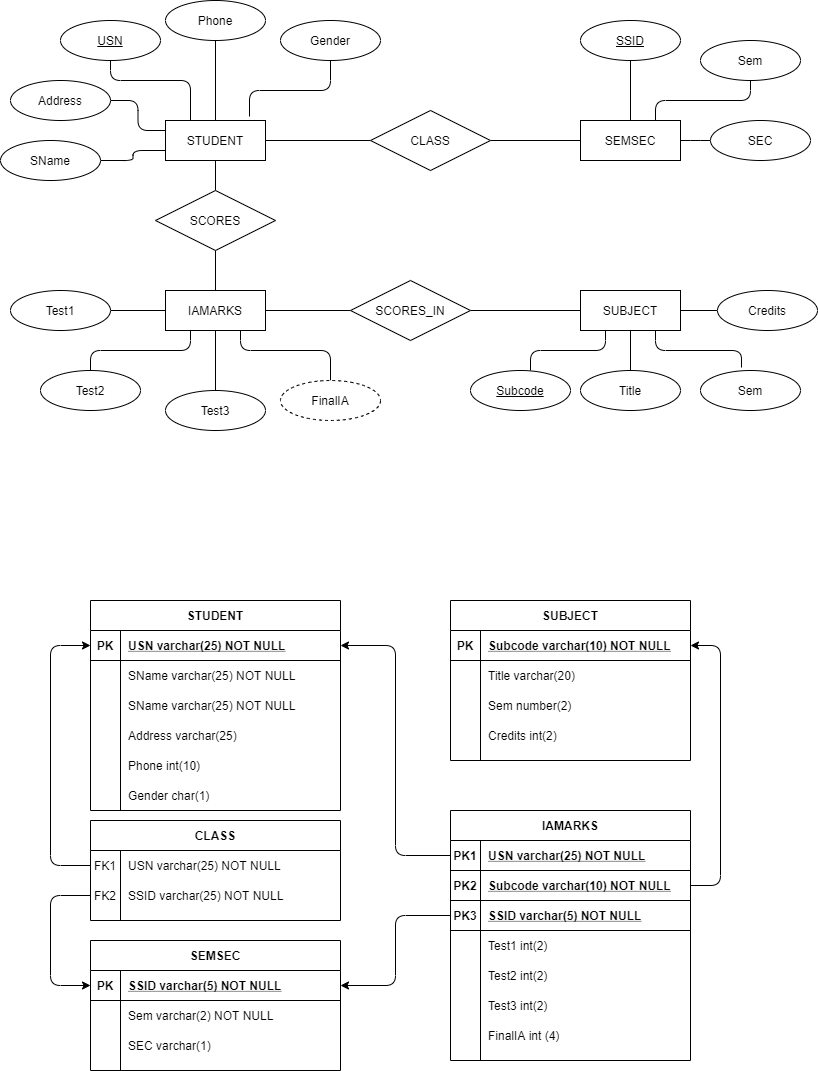
Before: CollageDatabase.png, a diagram exported from draw.io (akshit4/ER-Diagram). Source tidied: cells renumbered, new cells last; positions are measured from the earlier drawing's top-left corner, leaving out a move shared by most shapes.
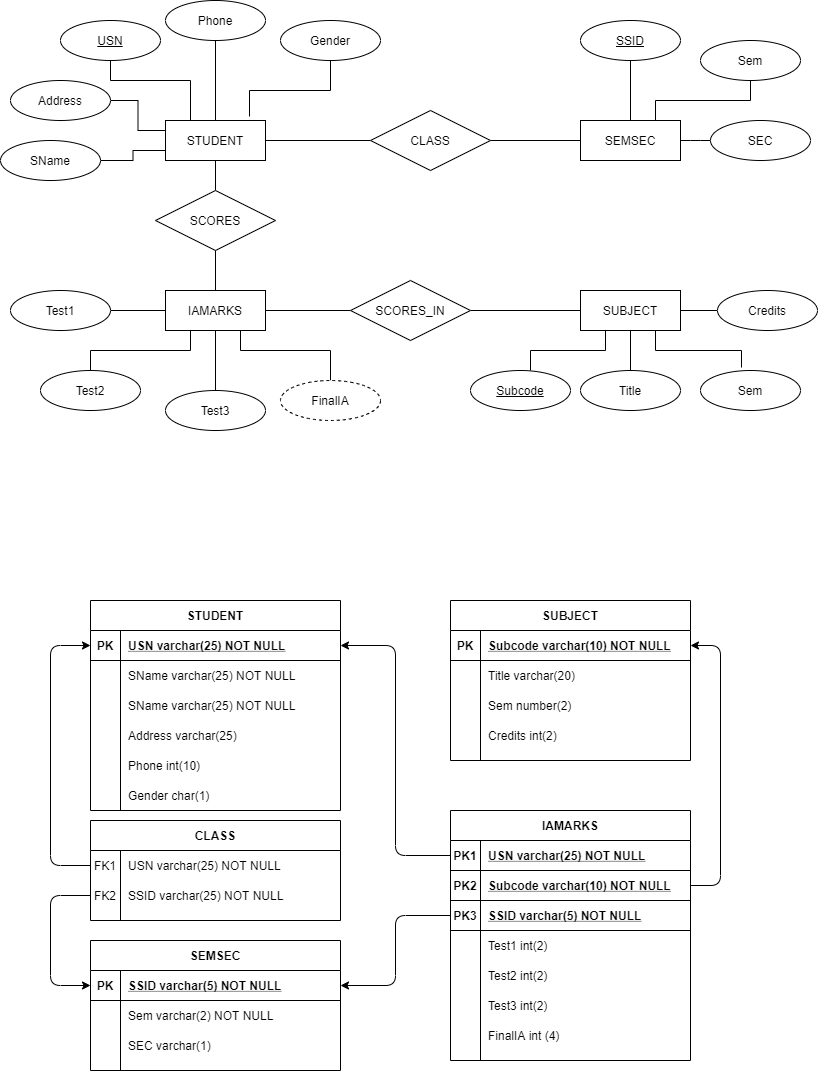
Above is the later version.

What changed in the source:
```diff
@@ -245,7 +245,7 @@
     <mxCell id="77" style="edgeStyle=orthogonalEdgeStyle;jettySize=auto;html=1;exitX=0;exitY=0.5;exitDx=0;exitDy=0;" parent="1" edge="1" source="60" target="3">
       <mxGeometry relative="1" as="geometry" />
     </mxCell>
-    <mxCell id="78" style="edgeStyle=orthogonalEdgeStyle;jettySize=auto;html=1;exitX=0;exitY=0.75;exitDx=0;exitDy=0;startArrow=none;startFill=0;endArrow=none;endFill=0;" parent="1" edge="1" source="81" target="102">
+    <mxCell id="78" style="edgeStyle=orthogonalEdgeStyle;jettySize=auto;html=1;exitX=0;exitY=0.75;exitDx=0;exitDy=0;startArrow=none;startFill=0;endArrow=none;endFill=0;rounded=0;" parent="1" edge="1" source="81" target="102">
       <mxGeometry relative="1" as="geometry" />
     </mxCell>
     <mxCell id="79" style="edgeStyle=orthogonalEdgeStyle;jettySize=auto;html=1;exitX=1;exitY=0.5;exitDx=0;exitDy=0;startArrow=none;startFill=0;endArrow=none;endFill=0;" parent="1" edge="1" source="81" target="109">
@@ -257,13 +257,13 @@
     <mxCell id="81" value="STUDENT" style="whiteSpace=wrap;html=1;align=center;" parent="1" vertex="1">
       <mxGeometry x="165" y="120" width="100" height="40" as="geometry" />
     </mxCell>
-    <mxCell id="82" style="edgeStyle=orthogonalEdgeStyle;jettySize=auto;html=1;exitX=0.25;exitY=1;exitDx=0;exitDy=0;entryX=0.5;entryY=0;entryDx=0;entryDy=0;startArrow=none;startFill=0;endArrow=none;endFill=0;" parent="1" edge="1" source="86" target="112">
+    <mxCell id="82" style="edgeStyle=orthogonalEdgeStyle;jettySize=auto;html=1;exitX=0.25;exitY=1;exitDx=0;exitDy=0;entryX=0.5;entryY=0;entryDx=0;entryDy=0;startArrow=none;startFill=0;endArrow=none;endFill=0;rounded=0;" parent="1" edge="1" source="86" target="112">
       <mxGeometry relative="1" as="geometry" />
     </mxCell>
     <mxCell id="83" style="edgeStyle=orthogonalEdgeStyle;jettySize=auto;html=1;exitX=0.5;exitY=1;exitDx=0;exitDy=0;startArrow=none;startFill=0;endArrow=none;endFill=0;" parent="1" edge="1" source="86" target="113">
       <mxGeometry relative="1" as="geometry" />
     </mxCell>
-    <mxCell id="84" style="edgeStyle=orthogonalEdgeStyle;jettySize=auto;html=1;exitX=0.75;exitY=1;exitDx=0;exitDy=0;entryX=0.5;entryY=0;entryDx=0;entryDy=0;startArrow=none;startFill=0;endArrow=none;endFill=0;" parent="1" edge="1" source="86" target="118">
+    <mxCell id="84" style="edgeStyle=orthogonalEdgeStyle;jettySize=auto;html=1;exitX=0.75;exitY=1;exitDx=0;exitDy=0;entryX=0.5;entryY=0;entryDx=0;entryDy=0;startArrow=none;startFill=0;endArrow=none;endFill=0;rounded=0;" parent="1" edge="1" source="86" target="118">
       <mxGeometry relative="1" as="geometry">
         <Array as="points">
           <mxPoint x="240" y="350" />
@@ -286,10 +286,10 @@
     <mxCell id="89" style="edgeStyle=orthogonalEdgeStyle;jettySize=auto;html=1;exitX=0.5;exitY=1;exitDx=0;exitDy=0;entryX=0.5;entryY=0;entryDx=0;entryDy=0;startArrow=none;startFill=0;endArrow=none;endFill=0;" parent="1" edge="1" source="93" target="115">
       <mxGeometry relative="1" as="geometry" />
     </mxCell>
-    <mxCell id="90" style="edgeStyle=orthogonalEdgeStyle;jettySize=auto;html=1;exitX=0.75;exitY=1;exitDx=0;exitDy=0;entryX=0.41;entryY=-0.075;entryDx=0;entryDy=0;entryPerimeter=0;startArrow=none;startFill=0;endArrow=none;endFill=0;" parent="1" edge="1" source="93" target="116">
+    <mxCell id="90" style="edgeStyle=orthogonalEdgeStyle;jettySize=auto;html=1;exitX=0.75;exitY=1;exitDx=0;exitDy=0;entryX=0.41;entryY=-0.075;entryDx=0;entryDy=0;entryPerimeter=0;startArrow=none;startFill=0;endArrow=none;endFill=0;rounded=0;" parent="1" edge="1" source="93" target="116">
       <mxGeometry relative="1" as="geometry" />
     </mxCell>
-    <mxCell id="91" style="edgeStyle=orthogonalEdgeStyle;jettySize=auto;html=1;exitX=0.25;exitY=1;exitDx=0;exitDy=0;entryX=0.6;entryY=0;entryDx=0;entryDy=0;entryPerimeter=0;startArrow=none;startFill=0;endArrow=none;endFill=0;" parent="1" edge="1" source="93" target="114">
+    <mxCell id="91" style="edgeStyle=orthogonalEdgeStyle;jettySize=auto;html=1;exitX=0.25;exitY=1;exitDx=0;exitDy=0;entryX=0.6;entryY=0;entryDx=0;entryDy=0;entryPerimeter=0;startArrow=none;startFill=0;endArrow=none;endFill=0;rounded=0;" parent="1" edge="1" source="93" target="114">
       <mxGeometry relative="1" as="geometry" />
     </mxCell>
     <mxCell id="92" style="edgeStyle=orthogonalEdgeStyle;jettySize=auto;html=1;exitX=1;exitY=0.5;exitDx=0;exitDy=0;entryX=0;entryY=0.5;entryDx=0;entryDy=0;startArrow=none;startFill=0;endArrow=none;endFill=0;" parent="1" edge="1" source="93" target="117">
@@ -298,13 +298,13 @@
     <mxCell id="93" value="SUBJECT" style="whiteSpace=wrap;html=1;align=center;" parent="1" vertex="1">
       <mxGeometry x="580" y="290" width="100" height="40" as="geometry" />
     </mxCell>
-    <mxCell id="94" style="edgeStyle=orthogonalEdgeStyle;jettySize=auto;html=1;exitX=1;exitY=0.5;exitDx=0;exitDy=0;entryX=0;entryY=0.25;entryDx=0;entryDy=0;startArrow=none;startFill=0;endArrow=none;endFill=0;" parent="1" edge="1" source="95" target="81">
+    <mxCell id="94" style="edgeStyle=orthogonalEdgeStyle;jettySize=auto;html=1;exitX=1;exitY=0.5;exitDx=0;exitDy=0;entryX=0;entryY=0.25;entryDx=0;entryDy=0;startArrow=none;startFill=0;endArrow=none;endFill=0;rounded=0;" parent="1" edge="1" source="95" target="81">
       <mxGeometry relative="1" as="geometry" />
     </mxCell>
     <mxCell id="95" value="Address" style="ellipse;whiteSpace=wrap;html=1;align=center;" parent="1" vertex="1">
       <mxGeometry x="10" y="80" width="100" height="40" as="geometry" />
     </mxCell>
-    <mxCell id="96" style="edgeStyle=orthogonalEdgeStyle;jettySize=auto;html=1;exitX=0.5;exitY=1;exitDx=0;exitDy=0;entryX=0.25;entryY=0;entryDx=0;entryDy=0;startArrow=none;startFill=0;endArrow=none;endFill=0;" parent="1" edge="1" source="97" target="81">
+    <mxCell id="96" style="edgeStyle=orthogonalEdgeStyle;jettySize=auto;html=1;exitX=0.5;exitY=1;exitDx=0;exitDy=0;entryX=0.25;entryY=0;entryDx=0;entryDy=0;startArrow=none;startFill=0;endArrow=none;endFill=0;rounded=0;" parent="1" edge="1" source="97" target="81">
       <mxGeometry relative="1" as="geometry">
         <Array as="points">
           <mxPoint x="110" y="80" />
@@ -330,7 +330,7 @@
     <mxCell id="102" value="SName" style="ellipse;whiteSpace=wrap;html=1;align=center;" parent="1" vertex="1">
       <mxGeometry y="140" width="100" height="40" as="geometry" />
     </mxCell>
-    <mxCell id="103" style="edgeStyle=orthogonalEdgeStyle;jettySize=auto;html=1;exitX=0.5;exitY=1;exitDx=0;exitDy=0;entryX=0.84;entryY=-0.1;entryDx=0;entryDy=0;entryPerimeter=0;startArrow=none;startFill=0;endArrow=none;endFill=0;" parent="1" edge="1" source="104" target="81">
+    <mxCell id="103" style="edgeStyle=orthogonalEdgeStyle;jettySize=auto;html=1;exitX=0.5;exitY=1;exitDx=0;exitDy=0;entryX=0.84;entryY=-0.1;entryDx=0;entryDy=0;entryPerimeter=0;startArrow=none;startFill=0;endArrow=none;endFill=0;rounded=0;" parent="1" edge="1" source="104" target="81">
       <mxGeometry relative="1" as="geometry" />
     </mxCell>
     <mxCell id="104" value="Gender" style="ellipse;whiteSpace=wrap;html=1;align=center;" parent="1" vertex="1">
@@ -339,7 +339,7 @@
     <mxCell id="105" value="SEC" style="ellipse;whiteSpace=wrap;html=1;align=center;" parent="1" vertex="1">
       <mxGeometry x="710" y="120" width="100" height="40" as="geometry" />
     </mxCell>
-    <mxCell id="106" style="edgeStyle=orthogonalEdgeStyle;jettySize=auto;html=1;exitX=0.5;exitY=1;exitDx=0;exitDy=0;entryX=0.75;entryY=0;entryDx=0;entryDy=0;startArrow=none;startFill=0;endArrow=none;endFill=0;" parent="1" edge="1" source="107" target="88">
+    <mxCell id="106" style="edgeStyle=orthogonalEdgeStyle;jettySize=auto;html=1;exitX=0.5;exitY=1;exitDx=0;exitDy=0;entryX=0.75;entryY=0;entryDx=0;entryDy=0;startArrow=none;startFill=0;endArrow=none;endFill=0;rounded=0;" parent="1" edge="1" source="107" target="88">
       <mxGeometry relative="1" as="geometry">
         <Array as="points">
           <mxPoint x="750" y="100" />
```
